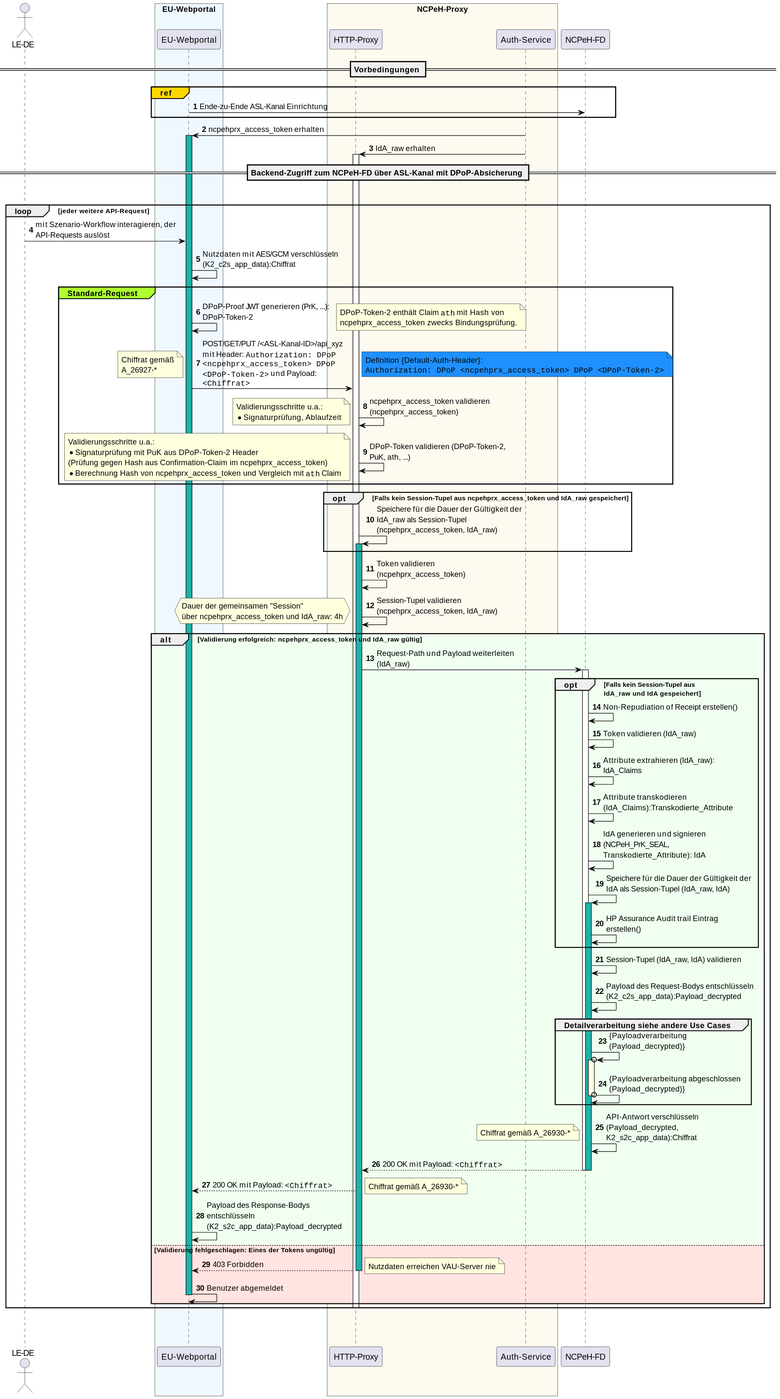
Earlier version of the PlantUML export images/eped-b/auth/backend-access_seq.svg (gematik/api-ncpeh). Its diagram source:
```plantuml
@startuml
!pragma PLS 8192

skinparam maxMessageSize 250
autonumber
hide unlinked

actor "LE-DE" as User
box "EU-Webportal" #AliceBlue
    participant "EU-Webportal" as WebApp
end box
box "Hilfsmittel der gematik" #WhiteSmoke
    participant "gematik\nAuthenticator" as AuthApp
    participant "Konnektor" as Konnektor
    participant "IDP-Dienst" as IDP
end box
box "NCPeH-Proxy" #FloralWhite
    participant "HTTP-Proxy" as Proxy
    participant "Auth-Service" as AuthService
end box
participant "NCPeH-FD" as NCPeH


== Vorbedingungen ==
group#Gold ref
    WebApp -> NCPeH: Ende-zu-Ende ASL-Kanal Einrichtung
end

AuthService -> WebApp: ncpehprx_access_token erhalten
activate WebApp #LightSeaGreen

AuthService -> Proxy: IdA_raw erhalten
activate Proxy

== Backend-Zugriff zum NCPeH-FD über ASL-Kanal mit DPoP-Absicherung ==

|||
loop jeder weitere API-Request
    User -> WebApp: mit Szenario-Workflow interagieren, der API-Requests auslöst
    WebApp -> WebApp: Nutzdaten mit AES/GCM verschlüsseln (K2_c2s_app_data):Chiffrat


    group#GreenYellow Standard-Request

    WebApp -> WebApp: DPoP-Proof JWT generieren (PrK, ...): DPoP-Token-2
    note right
        DPoP-Token-2 enthält Claim ""ath"" mit Hash von
        ncpehprx_access_token zwecks Bindungsprüfung.
    end note

    WebApp -> Proxy: POST/GET/PUT /<ASL-Kanal-ID>/api_xyz mit Header: ""Authorization: DPoP <ncpehprx_access_token> DPoP <DPoP-Token-2>"" und Payload: ""<Chiffrat>""
    note right #DodgerBlue
        Definition {Default-Auth-Header}:
        ""Authorization: DPoP <ncpehprx_access_token> DPoP <DPoP-Token-2>""
    end note
    note left
        Chiffrat gemäß
        A_26927-*
    end note

    Proxy -> Proxy: ncpehprx_access_token validieren (ncpehprx_access_token)
    note left
        Validierungsschritte u.a.:
        * Signaturprüfung, Ablaufzeit
    end note
    Proxy -> Proxy: DPoP-Token validieren (DPoP-Token-2, PuK, ath, ...)
    note left
        Validierungsschritte u.a.:
        * Signaturprüfung mit PuK aus DPoP-Token-2 Header
        (Prüfung gegen Hash aus Confirmation-Claim im ncpehprx_access_token)
        * Berechnung Hash von ncpehprx_access_token und Vergleich mit ""ath"" Claim
    end note

    end

    opt Falls kein Session-Tupel aus ncpehprx_access_token und IdA_raw gespeichert
        Proxy -> Proxy: Speichere für die Dauer der Gültigkeit der IdA_raw als Session-Tupel (ncpehprx_access_token, IdA_raw)
        activate Proxy #LightSeaGreen
    end
    Proxy -> Proxy: Token validieren (ncpehprx_access_token)
    Proxy -> Proxy: Session-Tupel validieren (ncpehprx_access_token, IdA_raw)
    alt #HoneyDew Validierung erfolgreich: ncpehprx_access_token und IdA_raw gültig
        hnote left
            Dauer der gemeinsamen "Session"
            über ncpehprx_access_token und IdA_raw: 4h
        end note
        Proxy -> NCPeH: Request-Path und Payload weiterleiten (IdA_raw)
        activate NCPeH
        opt Falls kein Session-Tupel aus\nIdA_raw und IdA gespeichert
            NCPeH -> NCPeH: Non-Repudiation of Receipt erstellen()
            NCPeH -> NCPeH: Token validieren (IdA_raw)
            NCPeH -> NCPeH: Attribute extrahieren (IdA_raw): IdA_Claims
            NCPeH -> NCPeH: Attribute transkodieren (IdA_Claims):Transkodierte_Attribute
            NCPeH -> NCPeH: IdA generieren und signieren (NCPeH_PrK_SEAL, Transkodierte_Attribute): IdA
            NCPeH -> NCPeH: Speichere für die Dauer der Gültigkeit der IdA als Session-Tupel (IdA_raw, IdA)
            activate NCPeH #LightSeaGreen
            NCPeH -> NCPeH: HP Assurance Audit trail Eintrag erstellen()
        end
        NCPeH -> NCPeH: Session-Tupel (IdA_raw, IdA) validieren
        NCPeH -> NCPeH: Payload des Request-Bodys entschlüsseln (K2_c2s_app_data):Payload_decrypted
        group Detailverarbeitung siehe andere Use Cases
            NCPeH ->o NCPeH: {Payloadverarbeitung (Payload_decrypted)}
            activate NCPeH #LightYellow
            NCPeH o-> NCPeH: {Payloadverarbeitung abgeschlossen (Payload_decrypted)}
            deactivate NCPeH
        end
        NCPeH -> NCPeH: API-Antwort verschlüsseln (Payload_decrypted, K2_s2c_app_data):Chiffrat
        note left
            Chiffrat gemäß A_26930-*
        end note

        NCPeH --> Proxy: 200 OK mit Payload: ""<Chiffrat>""
        deactivate NCPeH
        deactivate NCPeH

        Proxy --> WebApp: 200 OK mit Payload: ""<Chiffrat>""
        note right
            Chiffrat gemäß A_26930-*
        end note
        WebApp -> WebApp: Payload des Response-Bodys entschlüsseln (K2_s2c_app_data):Payload_decrypted

    else #MistyRose Validierung fehlgeschlagen: Eines der Tokens ungültig
        Proxy --> WebApp: 403 Forbidden
    note right
        Nutzdaten erreichen VAU-Server nie
    end note
        deactivate Proxy
        WebApp -> WebApp: Benutzer abgemeldet
        deactivate WebApp
    end
    deactivate Proxy
end
    |||
|||
@enduml
```
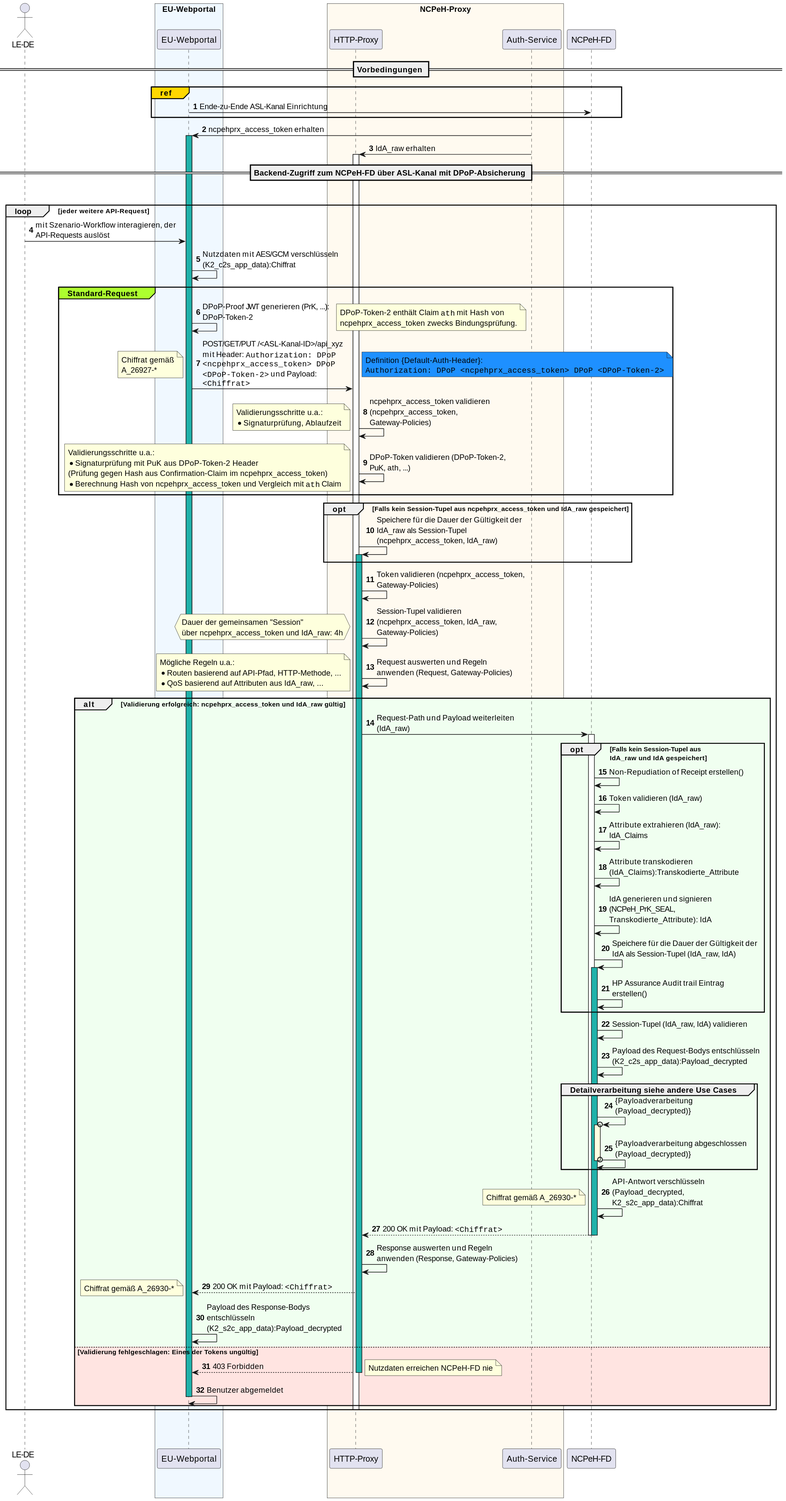
Later version of the same file.

Commit message:
Update backend-access_seq.svg and backend-access_seq.puml: gateway policies aspect

What changed in the source:
```diff
@@ -42,48 +42,54 @@
 
     group#GreenYellow Standard-Request
 
-    WebApp -> WebApp: DPoP-Proof JWT generieren (PrK, ...): DPoP-Token-2
-    note right
-        DPoP-Token-2 enthält Claim ""ath"" mit Hash von
-        ncpehprx_access_token zwecks Bindungsprüfung.
-    end note
+        WebApp -> WebApp: DPoP-Proof JWT generieren (PrK, ...): DPoP-Token-2
+        note right
+            DPoP-Token-2 enthält Claim ""ath"" mit Hash von
+            ncpehprx_access_token zwecks Bindungsprüfung.
+        end note
 
-    WebApp -> Proxy: POST/GET/PUT /<ASL-Kanal-ID>/api_xyz mit Header: ""Authorization: DPoP <ncpehprx_access_token> DPoP <DPoP-Token-2>"" und Payload: ""<Chiffrat>""
-    note right #DodgerBlue
-        Definition {Default-Auth-Header}:
-        ""Authorization: DPoP <ncpehprx_access_token> DPoP <DPoP-Token-2>""
-    end note
-    note left
-        Chiffrat gemäß
-        A_26927-*
-    end note
-
-    Proxy -> Proxy: ncpehprx_access_token validieren (ncpehprx_access_token)
-    note left
-        Validierungsschritte u.a.:
-        * Signaturprüfung, Ablaufzeit
-    end note
-    Proxy -> Proxy: DPoP-Token validieren (DPoP-Token-2, PuK, ath, ...)
-    note left
-        Validierungsschritte u.a.:
-        * Signaturprüfung mit PuK aus DPoP-Token-2 Header
-        (Prüfung gegen Hash aus Confirmation-Claim im ncpehprx_access_token)
-        * Berechnung Hash von ncpehprx_access_token und Vergleich mit ""ath"" Claim
-    end note
-
+        WebApp -> Proxy: POST/GET/PUT /<ASL-Kanal-ID>/api_xyz mit Header: ""Authorization: DPoP <ncpehprx_access_token> DPoP <DPoP-Token-2>"" und Payload: ""<Chiffrat>""
+        note right #DodgerBlue
+            Definition {Default-Auth-Header}:
+            ""Authorization: DPoP <ncpehprx_access_token> DPoP <DPoP-Token-2>""
+        end note
+        note left
+            Chiffrat gemäß
+            A_26927-*
+        end note
+        Proxy -> Proxy: ncpehprx_access_token validieren (ncpehprx_access_token, Gateway-Policies)
+        note left
+            Validierungsschritte u.a.:
+            * Signaturprüfung, Ablaufzeit
+        end note
+        Proxy -> Proxy: DPoP-Token validieren (DPoP-Token-2, PuK, ath, ...)
+        note left
+            Validierungsschritte u.a.:
+            * Signaturprüfung mit PuK aus DPoP-Token-2 Header
+            (Prüfung gegen Hash aus Confirmation-Claim im ncpehprx_access_token)
+            * Berechnung Hash von ncpehprx_access_token und Vergleich mit ""ath"" Claim
+        end note
     end
 
     opt Falls kein Session-Tupel aus ncpehprx_access_token und IdA_raw gespeichert
         Proxy -> Proxy: Speichere für die Dauer der Gültigkeit der IdA_raw als Session-Tupel (ncpehprx_access_token, IdA_raw)
         activate Proxy #LightSeaGreen
     end
-    Proxy -> Proxy: Token validieren (ncpehprx_access_token)
-    Proxy -> Proxy: Session-Tupel validieren (ncpehprx_access_token, IdA_raw)
+    Proxy -> Proxy: Token validieren (ncpehprx_access_token, Gateway-Policies)
+    Proxy -> Proxy: Session-Tupel validieren (ncpehprx_access_token, IdA_raw, Gateway-Policies)
+    hnote left
+        Dauer der gemeinsamen "Session"
+        über ncpehprx_access_token und IdA_raw: 4h
+    end note
+
+    Proxy -> Proxy: Request auswerten und Regeln anwenden (Request, Gateway-Policies)
+    note left
+        Mögliche Regeln u.a.:
+        * Routen basierend auf API-Pfad, HTTP-Methode, ...
+        * QoS basierend auf Attributen aus IdA_raw, ...
+    end note
+
     alt #HoneyDew Validierung erfolgreich: ncpehprx_access_token und IdA_raw gültig
-        hnote left
-            Dauer der gemeinsamen "Session"
-            über ncpehprx_access_token und IdA_raw: 4h
-        end note
         Proxy -> NCPeH: Request-Path und Payload weiterleiten (IdA_raw)
         activate NCPeH
         opt Falls kein Session-Tupel aus\nIdA_raw und IdA gespeichert
@@ -112,9 +118,10 @@
         NCPeH --> Proxy: 200 OK mit Payload: ""<Chiffrat>""
         deactivate NCPeH
         deactivate NCPeH
+        Proxy -> Proxy: Response auswerten und Regeln anwenden (Response, Gateway-Policies)
 
         Proxy --> WebApp: 200 OK mit Payload: ""<Chiffrat>""
-        note right
+        note left
             Chiffrat gemäß A_26930-*
         end note
         WebApp -> WebApp: Payload des Response-Bodys entschlüsseln (K2_s2c_app_data):Payload_decrypted
@@ -122,7 +129,7 @@
     else #MistyRose Validierung fehlgeschlagen: Eines der Tokens ungültig
         Proxy --> WebApp: 403 Forbidden
     note right
-        Nutzdaten erreichen VAU-Server nie
+        Nutzdaten erreichen NCPeH-FD nie
     end note
         deactivate Proxy
         WebApp -> WebApp: Benutzer abgemeldet
```
